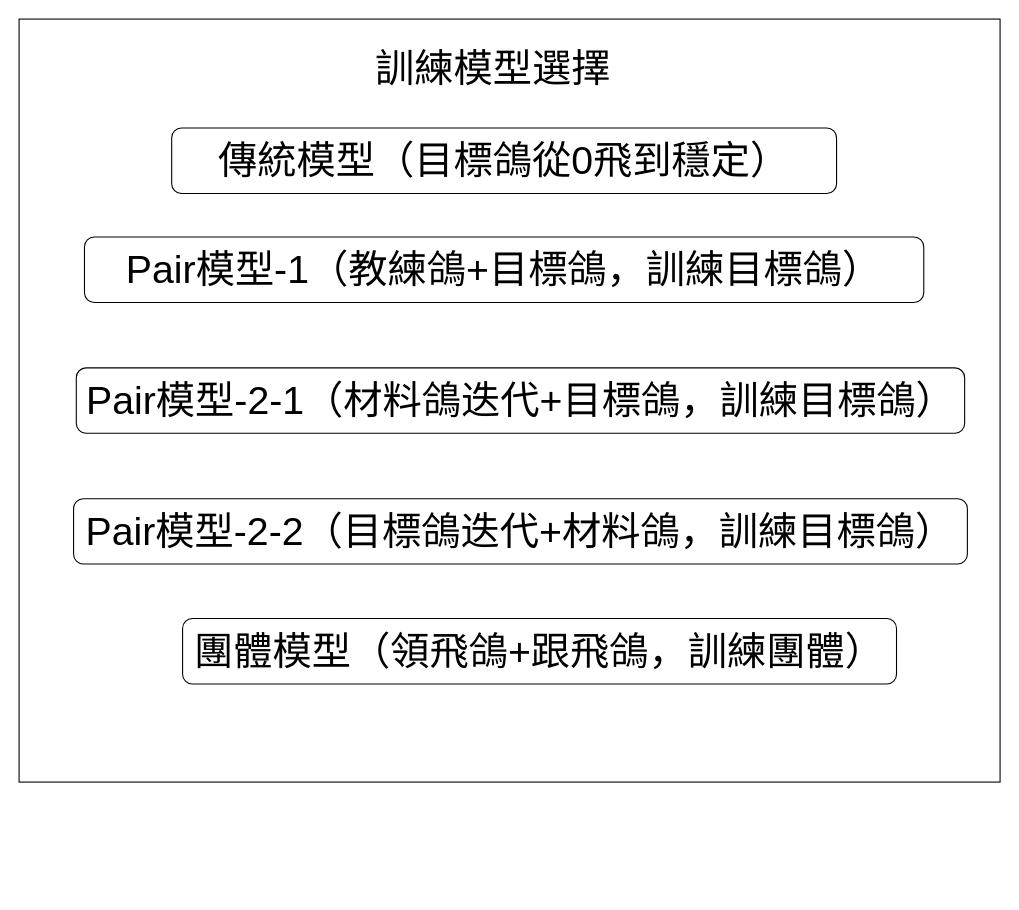
pengzhen80/PigeonRace keeps this draw.io diagram as page "訓練模型選擇" (1 of 10) of 訓練系統UI設計.drawio. Above is the earlier version. Source tidied: cells renumbered, new cells numbered last; positions are measured from the earlier drawing's top-left corner, leaving out a move shared by most shapes. Both pictures are drawn from the tidied source at 109%, with x=0, y=0 at pixel (19, 19).
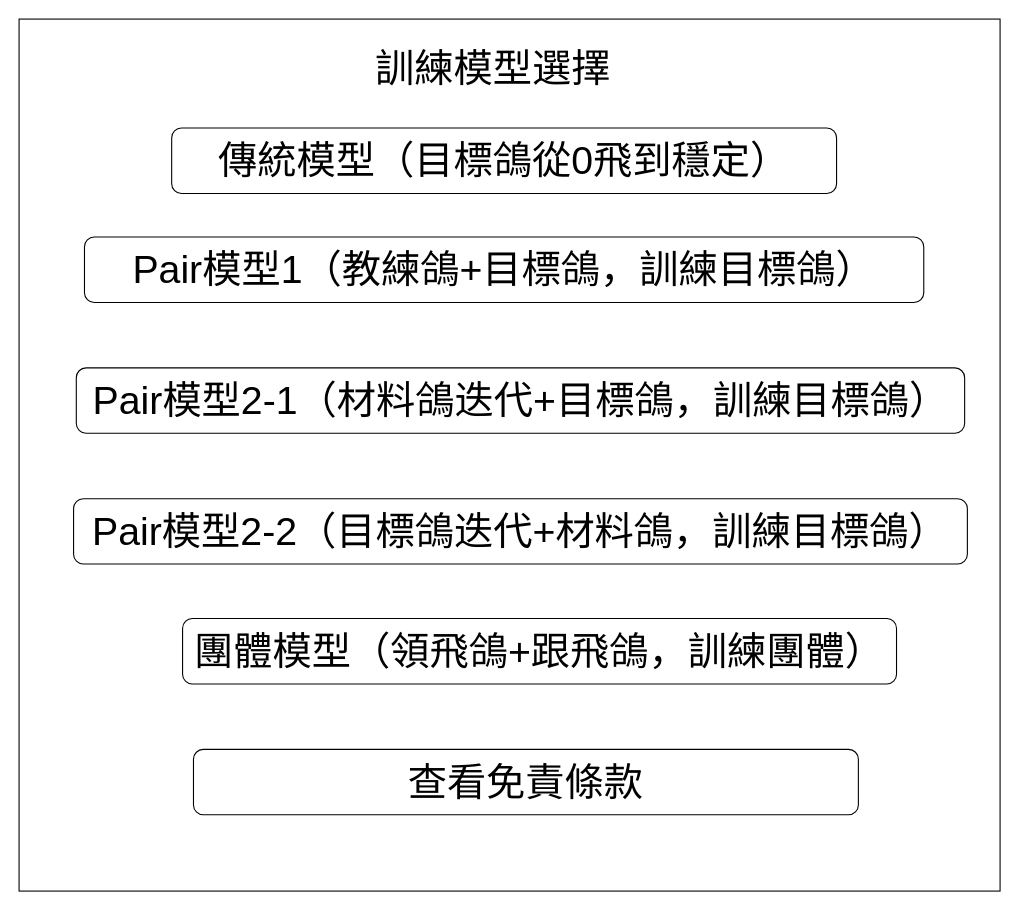
The same diagram, later.

The edit, as a diff of the source:
```diff
@@
 <mxGraphModel>
   <root>
     <mxCell id="0" />
     <mxCell id="1" parent="0" />
     <mxCell id="2" style="rounded=0;whiteSpace=wrap;html=1;" parent="1" vertex="1">
-      <mxGeometry width="900" height="700" as="geometry" />
+      <mxGeometry width="900" height="800" as="geometry" />
     </mxCell>
     <mxCell id="3" value="訓練模型選擇" style="text;html=1;strokeColor=none;fillColor=none;align=center;verticalAlign=middle;whiteSpace=wrap;rounded=0;fontSize=36;" parent="1" vertex="1">
       <mxGeometry x="310" y="20" width="250" height="50" as="geometry" />
     </mxCell>
     <mxCell id="4" value="傳統模型（目標鴿從0飛到穩定）" style="rounded=1;whiteSpace=wrap;html=1;fontSize=36;" parent="1" vertex="1">
       <mxGeometry x="140" y="100" width="610" height="60" as="geometry" />
     </mxCell>
-    <mxCell id="5" value="Pair模型-2-1（材料鴿迭代+目標鴿，訓練目標鴿）" style="rounded=1;whiteSpace=wrap;html=1;fontSize=36;" parent="1" vertex="1">
+    <mxCell id="5" value="Pair模型2-1（材料鴿迭代+目標鴿，訓練目標鴿）" style="rounded=1;whiteSpace=wrap;html=1;fontSize=36;" parent="1" vertex="1">
       <mxGeometry x="52.5" y="320" width="815" height="60" as="geometry" />
     </mxCell>
-    <mxCell id="6" value="Pair模型-2-2（目標鴿迭代+材料鴿，訓練目標鴿）" style="rounded=1;whiteSpace=wrap;html=1;fontSize=36;" parent="1" vertex="1">
+    <mxCell id="6" value="Pair模型2-2（目標鴿迭代+材料鴿，訓練目標鴿）" style="rounded=1;whiteSpace=wrap;html=1;fontSize=36;" parent="1" vertex="1">
       <mxGeometry x="50" y="440" width="820" height="60" as="geometry" />
     </mxCell>
     <mxCell id="7" value="團體模型（領飛鴿+跟飛鴿，訓練團體）" style="rounded=1;whiteSpace=wrap;html=1;fontSize=36;" parent="1" vertex="1">
       <mxGeometry x="150" y="550" width="655" height="60" as="geometry" />
     </mxCell>
-    <mxCell id="8" value="Pair模型-1（教練鴿+目標鴿，訓練目標鴿）" style="rounded=1;whiteSpace=wrap;html=1;fontSize=36;" parent="1" vertex="1">
+    <mxCell id="8" value="Pair模型1（教練鴿+目標鴿，訓練目標鴿）" style="rounded=1;whiteSpace=wrap;html=1;fontSize=36;" parent="1" vertex="1">
       <mxGeometry x="60" y="200" width="770" height="60" as="geometry" />
     </mxCell>
+    <mxCell id="9" value="&lt;font style=&quot;font-size: 36px;&quot;&gt;查看免責條款&lt;/font&gt;" style="rounded=1;whiteSpace=wrap;html=1;fontSize=24;" parent="1" vertex="1">
+      <mxGeometry x="160" y="670" width="610" height="60" as="geometry" />
+    </mxCell>
   </root>
 </mxGraphModel>
```
